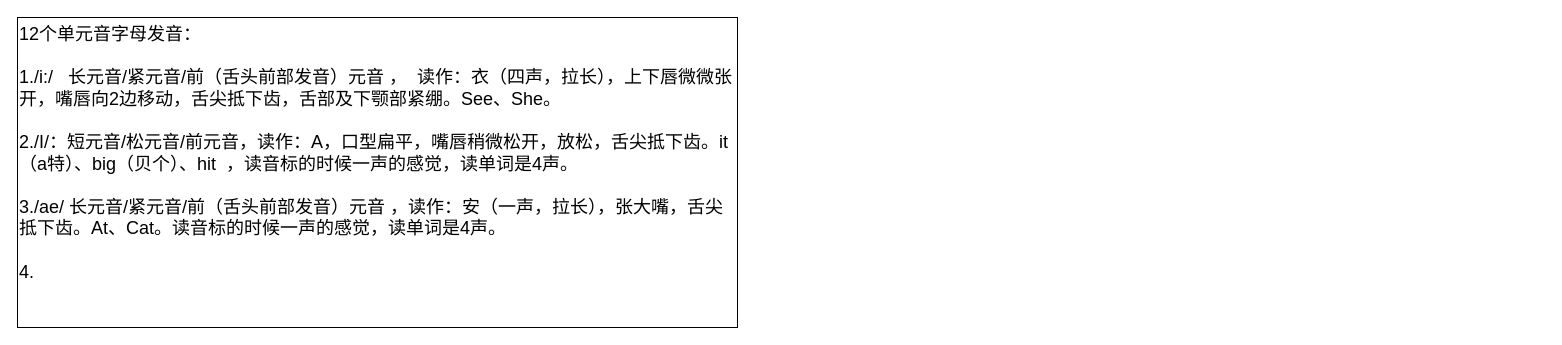
Above: Others/英语.drawio in KGwolf/MyDraw (draw.io), before the change. Source tidied: cells renumbered, new cells numbered last; positions are measured from the earlier drawing's top-left corner, leaving out a move shared by most shapes. Both pictures are drawn from the tidied source at 100%, with x=0, y=0 at pixel (17, 17).
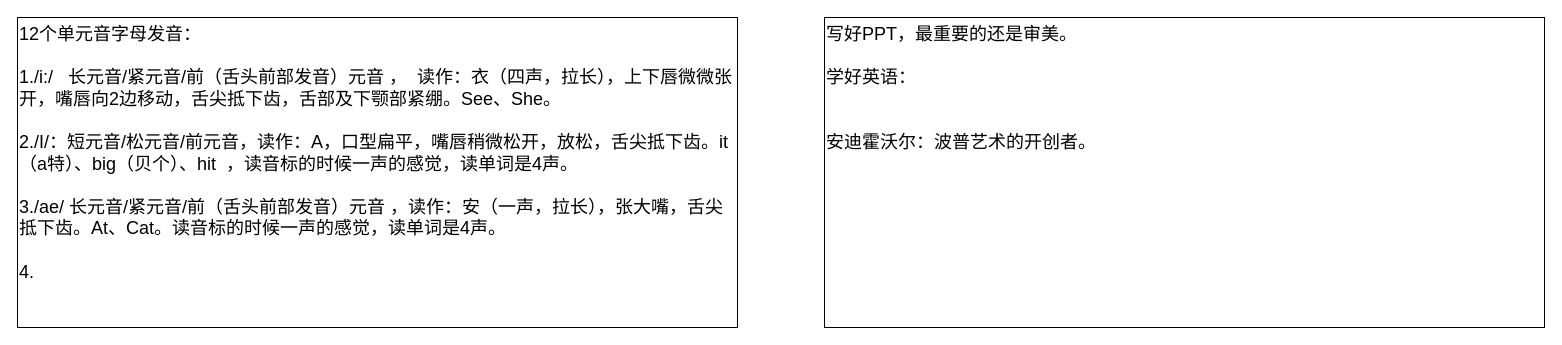
The same diagram, later.

What changed in the source:
```diff
@@
 <mxGraphModel>
   <root>
     <mxCell id="0" />
     <mxCell id="1" parent="0" />
     <mxCell id="2" value="12个单元音字母发音：&lt;br&gt;&lt;br&gt;1./i:/&amp;nbsp; &amp;nbsp;长元音/紧元音/前（舌头前部发音）元音 ，&amp;nbsp; 读作：衣（四声，拉长），上下唇微微张开，嘴唇向2边移动，舌尖抵下齿，舌部及下颚部紧绷。See、She。&lt;br&gt;&lt;br&gt;2./I/：短元音/松元音/前元音，读作：A，口型扁平，嘴唇稍微松开，放松，舌尖抵下齿。it（a特）、big（贝个）、hit&amp;nbsp; ，读音标的时候一声的感觉，读单词是4声。&lt;br&gt;&lt;br&gt;3./ae/ 长元音/紧元音/前（舌头前部发音）元音&amp;nbsp;，读作：安（一声，拉长），张大嘴，舌尖抵下齿。At、Cat。读音标的时候一声的感觉，读单词是4声。&lt;br&gt;&lt;br&gt;4." style="rounded=0;whiteSpace=wrap;html=1;fontSize=18;verticalAlign=top;align=left;" parent="1" vertex="1">
       <mxGeometry width="720" height="310" as="geometry" />
     </mxCell>
+    <mxCell id="3" value="写好PPT，最重要的还是审美。&lt;div&gt;&lt;br&gt;&lt;/div&gt;&lt;div&gt;学好英语：&lt;/div&gt;&lt;div&gt;&lt;br&gt;&lt;/div&gt;&lt;div&gt;&lt;br&gt;&lt;/div&gt;&lt;div&gt;安迪霍沃尔：波普艺术的开创者。&lt;/div&gt;&lt;div&gt;&lt;br&gt;&lt;/div&gt;&lt;div&gt;&lt;br&gt;&lt;/div&gt;" style="rounded=0;whiteSpace=wrap;html=1;fontSize=18;verticalAlign=top;align=left;" parent="1" vertex="1">
+      <mxGeometry x="807" width="720" height="310" as="geometry" />
+    </mxCell>
   </root>
 </mxGraphModel>
```
